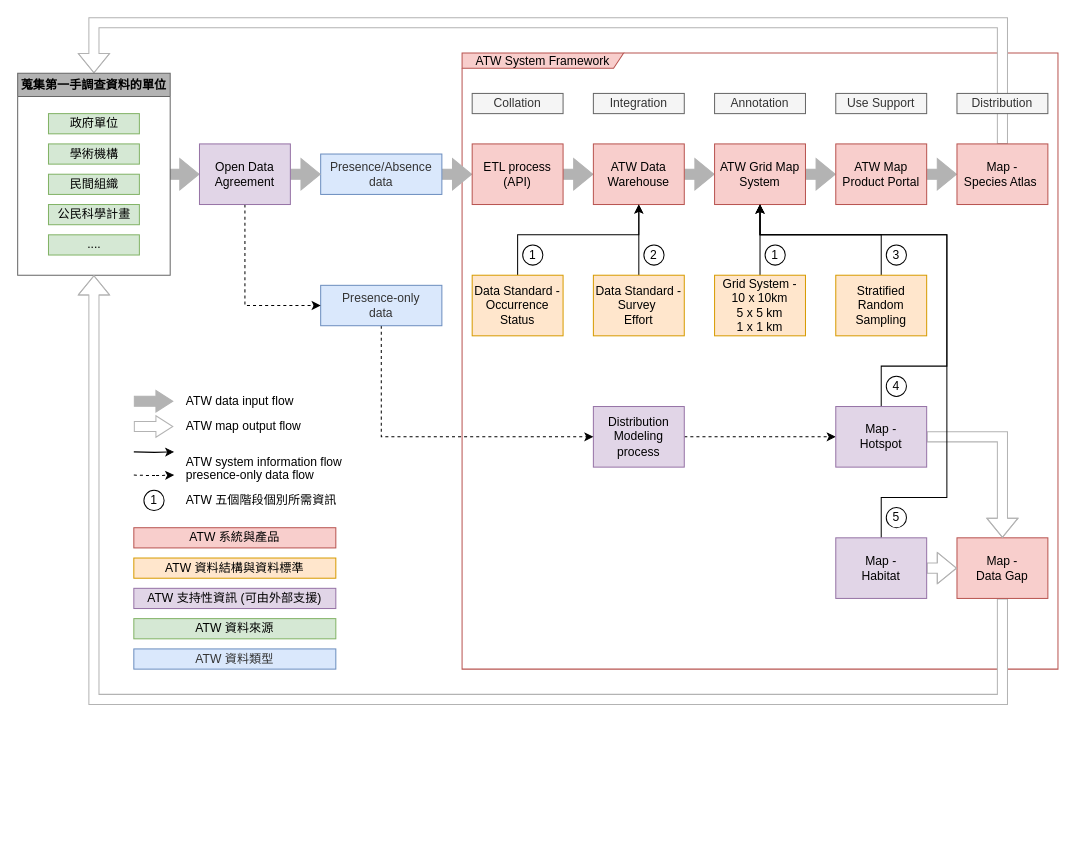
Before: ATW_data_flow.drawio in jerome-cjko/foolingAround, a draw.io diagram. Source tidied: cells renumbered, new cells numbered last; positions are measured from the earlier drawing's top-left corner, leaving out a move shared by most shapes. Both pictures are drawn from the tidied source at 101%, with x=0, y=0 at pixel (17, 22).
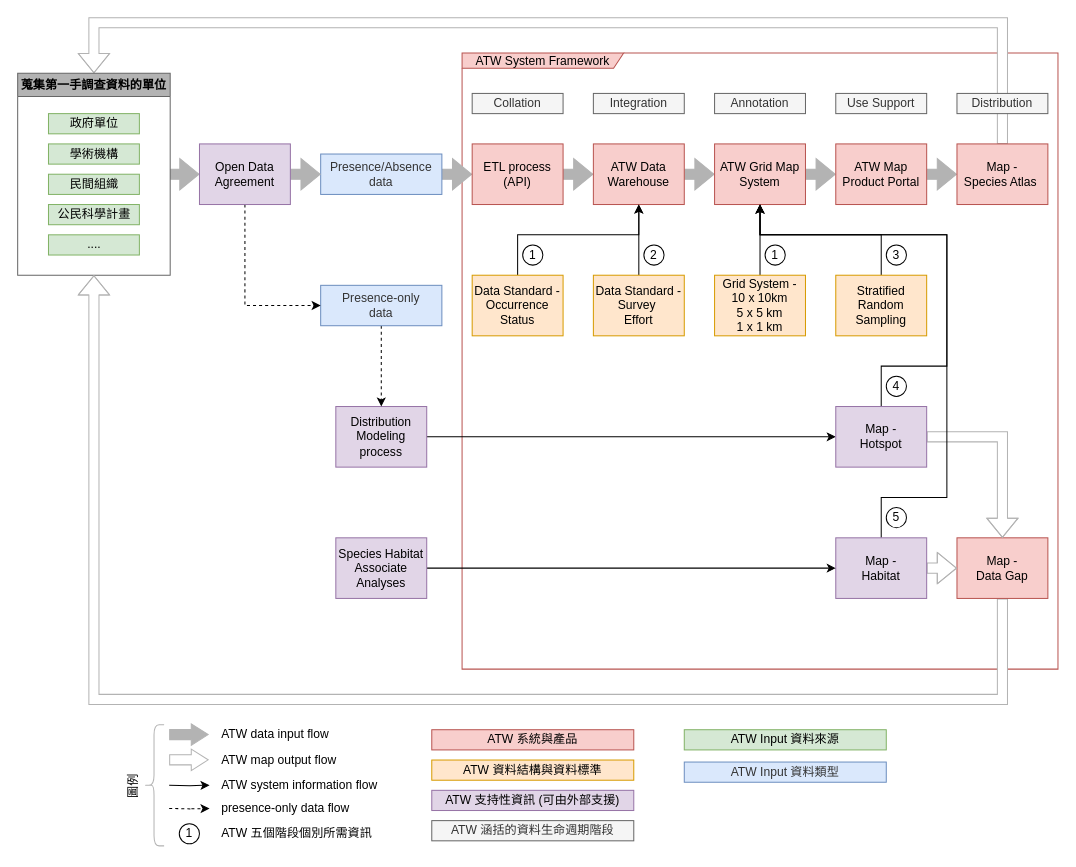
The same diagram, later.

The change refers to these unchanged cells:
```xml
<mxCell id="21" value="&lt;div&gt;Presence-only &lt;br&gt;&lt;/div&gt;&lt;div&gt;data&lt;/div&gt;" style="text;html=1;strokeColor=#6C8EBF;fillColor=#DAE8FC;align=center;verticalAlign=middle;whiteSpace=wrap;rounded=0;fontColor=#333333;rotation=0;" parent="1" vertex="1">
  <mxGeometry x="300" y="260" width="120" height="40" as="geometry" />
</mxCell>
<mxCell id="40" value="Map - &lt;br&gt;Hotspot" style="text;html=1;strokeColor=#9673A6;fillColor=#E1D5E7;align=center;verticalAlign=middle;whiteSpace=wrap;rounded=0;" parent="1" vertex="1">
  <mxGeometry x="810" y="380" width="90" height="60" as="geometry" />
</mxCell>
<mxCell id="43" value="Map - &lt;br&gt;Habitat" style="text;html=1;strokeColor=#9673A6;fillColor=#E1D5E7;align=center;verticalAlign=middle;whiteSpace=wrap;rounded=0;" parent="1" vertex="1">
  <mxGeometry x="810" y="510" width="90" height="60" as="geometry" />
</mxCell>
```

Change to the diagram source:
```diff
@@
-    <mxCell id="18" style="edgeStyle=orthogonalEdgeStyle;rounded=0;jettySize=auto;html=1;exitX=1;exitY=0.5;exitDx=0;exitDy=0;entryX=0;entryY=0.5;entryDx=0;entryDy=0;shadow=0;dashed=1;" parent="1" edge="1" source="19" target="40">
+    <mxCell id="18" style="edgeStyle=orthogonalEdgeStyle;rounded=0;jettySize=auto;html=1;exitX=1;exitY=0.5;exitDx=0;exitDy=0;entryX=0;entryY=0.5;entryDx=0;entryDy=0;shadow=0;" parent="1" edge="1" source="19" target="40">
       <mxGeometry relative="1" as="geometry" />
     </mxCell>
     <mxCell id="19" value="Distribution Modeling process" style="text;html=1;strokeColor=#9673A6;fillColor=#E1D5E7;align=center;verticalAlign=middle;whiteSpace=wrap;rounded=0;" parent="1" vertex="1">
-      <mxGeometry x="570" y="380" width="90" height="60" as="geometry" />
+      <mxGeometry x="315" y="380" width="90" height="60" as="geometry" />
     </mxCell>
-    <mxCell id="20" style="edgeStyle=orthogonalEdgeStyle;rounded=0;jettySize=auto;html=1;exitX=0.5;exitY=1;exitDx=0;exitDy=0;shadow=0;dashed=1;entryX=0;entryY=0.5;entryDx=0;entryDy=0;" parent="1" edge="1" source="21" target="19">
+    <mxCell id="20" style="edgeStyle=orthogonalEdgeStyle;rounded=0;jettySize=auto;html=1;exitX=0.5;exitY=1;exitDx=0;exitDy=0;shadow=0;dashed=1;" parent="1" edge="1" source="21" target="19">
       <mxGeometry relative="1" as="geometry" />
     </mxCell>
@@
     <mxCell id="23" style="edgeStyle=orthogonalEdgeStyle;rounded=0;orthogonalLoop=1;jettySize=auto;html=1;exitX=1;exitY=0.75;exitDx=0;exitDy=0;strokeColor=#000000;fillColor=#FFFFFF;dashed=1;" parent="1" edge="1">
       <mxGeometry relative="1" as="geometry">
-        <mxPoint x="115" y="447.9" as="sourcePoint" />
-        <mxPoint x="155" y="447.9" as="targetPoint" />
+        <mxPoint x="150" y="777.9" as="sourcePoint" />
+        <mxPoint x="190" y="777.9" as="targetPoint" />
       </mxGeometry>
     </mxCell>
@@
     <mxCell id="57" style="edgeStyle=orthogonalEdgeStyle;rounded=0;orthogonalLoop=1;jettySize=auto;html=1;exitX=1;exitY=0.75;exitDx=0;exitDy=0;strokeColor=#000000;fillColor=#FFFFFF;" parent="1" edge="1">
       <mxGeometry relative="1" as="geometry">
-        <mxPoint x="115" y="424.9" as="sourcePoint" />
-        <mxPoint x="155" y="424.9" as="targetPoint" />
+        <mxPoint x="150" y="754.9" as="sourcePoint" />
+        <mxPoint x="190" y="754.9" as="targetPoint" />
       </mxGeometry>
     </mxCell>
     <mxCell id="58" value="ATW system information flow" style="text;html=1;align=left;verticalAlign=middle;strokeColor=none;fillColor=none;" parent="1" vertex="1">
-      <mxGeometry x="165" y="420" width="180" height="30" as="geometry" />
+      <mxGeometry x="200" y="740" width="180" height="30" as="geometry" />
     </mxCell>
     <mxCell id="59" value="ATW data input flow" style="text;html=1;align=left;verticalAlign=middle;strokeColor=none;fillColor=none;" parent="1" vertex="1">
-      <mxGeometry x="165" y="360" width="130" height="30" as="geometry" />
+      <mxGeometry x="200" y="690" width="130" height="30" as="geometry" />
     </mxCell>
     <mxCell id="60" value="ATW map output flow" style="text;html=1;align=left;verticalAlign=middle;strokeColor=none;fillColor=none;" parent="1" vertex="1">
-      <mxGeometry x="165" y="385" width="140" height="30" as="geometry" />
+      <mxGeometry x="200" y="715" width="140" height="30" as="geometry" />
     </mxCell>
     <mxCell id="61" value="presence-only data flow" style="text;html=1;align=left;verticalAlign=middle;strokeColor=none;fillColor=none;" parent="1" vertex="1">
-      <mxGeometry x="165" y="433" width="150" height="30" as="geometry" />
+      <mxGeometry x="200" y="763" width="150" height="30" as="geometry" />
     </mxCell>
     <mxCell id="62" style="edgeStyle=orthogonalEdgeStyle;shape=flexArrow;rounded=0;orthogonalLoop=1;jettySize=auto;html=1;entryX=0;entryY=0.5;entryDx=0;entryDy=0;strokeColor=#B3B3B3;fillColor=#B3B3B3;endWidth=10.256410256410257;endSize=5.241025641025641;" parent="1" edge="1">
       <mxGeometry relative="1" as="geometry">
-        <mxPoint x="115" y="374.8" as="sourcePoint" />
-        <mxPoint x="154.1" y="374.8" as="targetPoint" />
+        <mxPoint x="150" y="704.8" as="sourcePoint" />
+        <mxPoint x="189.1" y="704.8" as="targetPoint" />
       </mxGeometry>
     </mxCell>
     <mxCell id="63" style="edgeStyle=orthogonalEdgeStyle;shape=flexArrow;rounded=0;orthogonalLoop=1;jettySize=auto;html=1;entryX=0;entryY=0.5;entryDx=0;entryDy=0;strokeColor=#B3B3B3;fillColor=#FFFFFF;endWidth=10.256410256410257;endSize=5.241025641025641;" parent="1" edge="1">
       <mxGeometry relative="1" as="geometry">
-        <mxPoint x="115" y="399.8" as="sourcePoint" />
-        <mxPoint x="154.1" y="399.8" as="targetPoint" />
+        <mxPoint x="150" y="729.8" as="sourcePoint" />
+        <mxPoint x="189.1" y="729.8" as="targetPoint" />
       </mxGeometry>
     </mxCell>
-    <mxCell id="64" value="ATW 資料來源" style="text;html=1;strokeColor=#82B366;fillColor=#D5E8D4;align=center;verticalAlign=middle;whiteSpace=wrap;rounded=0;" parent="1" vertex="1">
-      <mxGeometry x="115" y="590" width="200" height="20" as="geometry" />
+    <mxCell id="64" value="ATW Input 資料來源" style="text;html=1;strokeColor=#82B366;fillColor=#D5E8D4;align=center;verticalAlign=middle;whiteSpace=wrap;rounded=0;" parent="1" vertex="1">
+      <mxGeometry x="660" y="700" width="200" height="20" as="geometry" />
     </mxCell>
-    <mxCell id="65" value="ATW 資料類型" style="text;html=1;strokeColor=#6C8EBF;fillColor=#DAE8FC;align=center;verticalAlign=middle;whiteSpace=wrap;rounded=0;fontColor=#333333;rotation=0;" parent="1" vertex="1">
-      <mxGeometry x="115" y="620" width="200" height="20" as="geometry" />
+    <mxCell id="65" value="ATW Input 資料類型" style="text;html=1;strokeColor=#6C8EBF;fillColor=#DAE8FC;align=center;verticalAlign=middle;whiteSpace=wrap;rounded=0;fontColor=#333333;rotation=0;" parent="1" vertex="1">
+      <mxGeometry x="660" y="732" width="200" height="20" as="geometry" />
     </mxCell>
     <mxCell id="66" value="ATW 系統與產品" style="text;html=1;strokeColor=#B85450;fillColor=#F8CECC;align=center;verticalAlign=middle;whiteSpace=wrap;rounded=0;" parent="1" vertex="1">
-      <mxGeometry x="115" y="500" width="200" height="20" as="geometry" />
+      <mxGeometry x="410" y="700" width="200" height="20" as="geometry" />
     </mxCell>
     <mxCell id="67" value="ATW 資料結構與資料標準" style="text;html=1;strokeColor=#D79B00;fillColor=#FFE6CC;align=center;verticalAlign=middle;whiteSpace=wrap;rounded=0;" parent="1" vertex="1">
-      <mxGeometry x="115" y="530" width="200" height="20" as="geometry" />
+      <mxGeometry x="410" y="730" width="200" height="20" as="geometry" />
     </mxCell>
     <mxCell id="68" value="ATW 支持性資訊 (可由外部支援)" style="text;html=1;strokeColor=#9673A6;fillColor=#E1D5E7;align=center;verticalAlign=middle;whiteSpace=wrap;rounded=0;" parent="1" vertex="1">
-      <mxGeometry x="115" y="560" width="200" height="20" as="geometry" />
+      <mxGeometry x="410" y="760" width="200" height="20" as="geometry" />
     </mxCell>
     <mxCell id="69" value="1" style="ellipse;whiteSpace=wrap;html=1;" parent="1" vertex="1">
-      <mxGeometry x="125" y="463" width="20" height="20" as="geometry" />
+      <mxGeometry x="160" y="793" width="20" height="20" as="geometry" />
     </mxCell>
     <mxCell id="70" value="ATW 五個階段個別所需資訊" style="text;html=1;align=left;verticalAlign=middle;strokeColor=none;fillColor=none;" parent="1" vertex="1">
-      <mxGeometry x="165" y="458" width="170" height="30" as="geometry" />
+      <mxGeometry x="200" y="788" width="170" height="30" as="geometry" />
     </mxCell>
+    <mxCell id="71" style="edgeStyle=orthogonalEdgeStyle;rounded=0;jettySize=auto;html=1;exitX=1;exitY=0.5;exitDx=0;exitDy=0;strokeColor=#000000;fillColor=#FFFFFF;entryX=0;entryY=0.5;entryDx=0;entryDy=0;" parent="1" edge="1" source="72" target="43">
+      <mxGeometry relative="1" as="geometry" />
+    </mxCell>
+    <mxCell id="72" value="Species Habitat Associate Analyses" style="text;html=1;strokeColor=#9673A6;fillColor=#E1D5E7;align=center;verticalAlign=middle;whiteSpace=wrap;rounded=0;" parent="1" vertex="1">
+      <mxGeometry x="315" y="510" width="90" height="60" as="geometry" />
+    </mxCell>
+    <mxCell id="73" value="ATW 涵括的資料生命週期階段" style="text;html=1;strokeColor=#666666;fillColor=#F5F5F5;align=center;verticalAlign=middle;whiteSpace=wrap;rounded=0;fontColor=#333333;" parent="1" vertex="1">
+      <mxGeometry x="410" y="790" width="200" height="20" as="geometry" />
+    </mxCell>
+    <mxCell id="74" value="圖例" style="text;html=1;align=left;verticalAlign=middle;strokeColor=none;fillColor=none;rotation=270;" parent="1" vertex="1">
+      <mxGeometry x="90" y="730" width="50" height="30" as="geometry" />
+    </mxCell>
+    <mxCell id="75" style="shape=curlyBracket;whiteSpace=wrap;html=1;rounded=1;strokeColor=#B3B3B3;fillColor=#B3B3B3;" parent="1" vertex="1">
+      <mxGeometry x="125" y="695" width="20" height="120" as="geometry" />
+    </mxCell>
```
